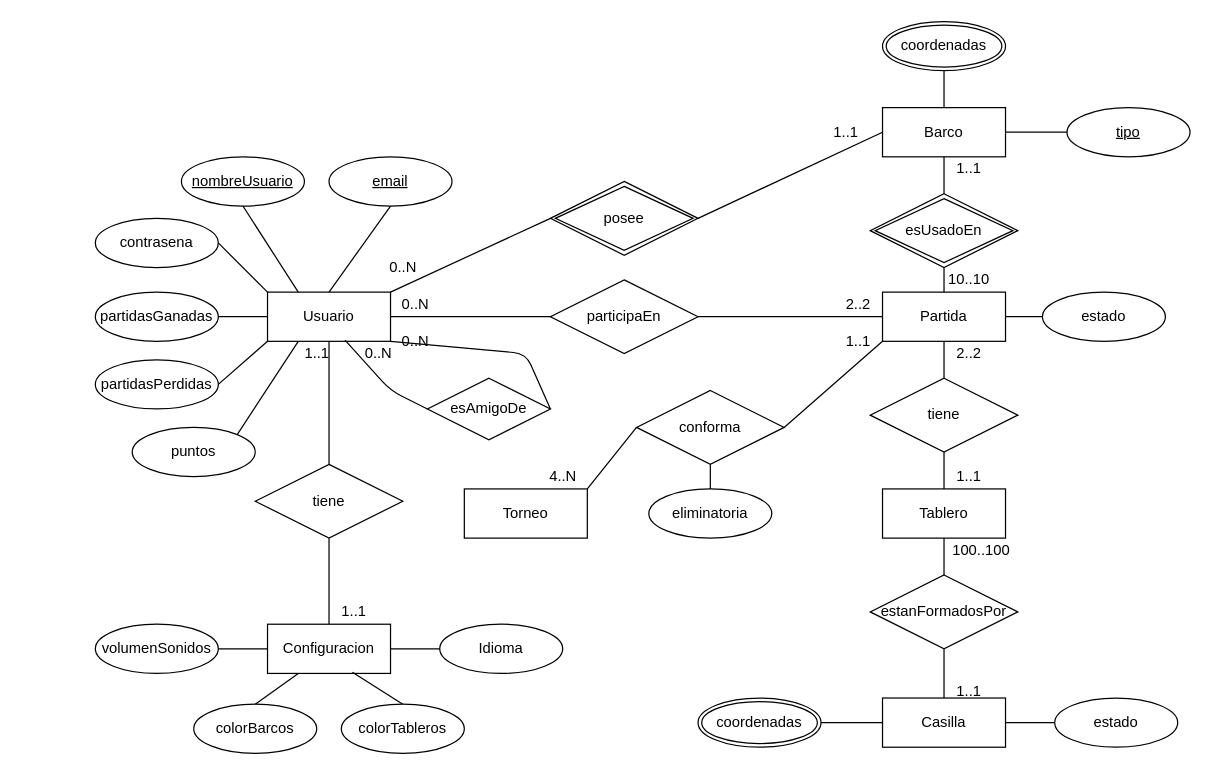
This is er_software.drawio from UNIZAR-30226-2021-09/Documentacion, a draw.io file, before an edit. Source tidied: cells renumbered, new cells numbered last; positions are measured from the earlier drawing's top-left corner, leaving out a move shared by most shapes. Both pictures are drawn from the tidied source at 123%, with x=0, y=0 at pixel (95, 21).
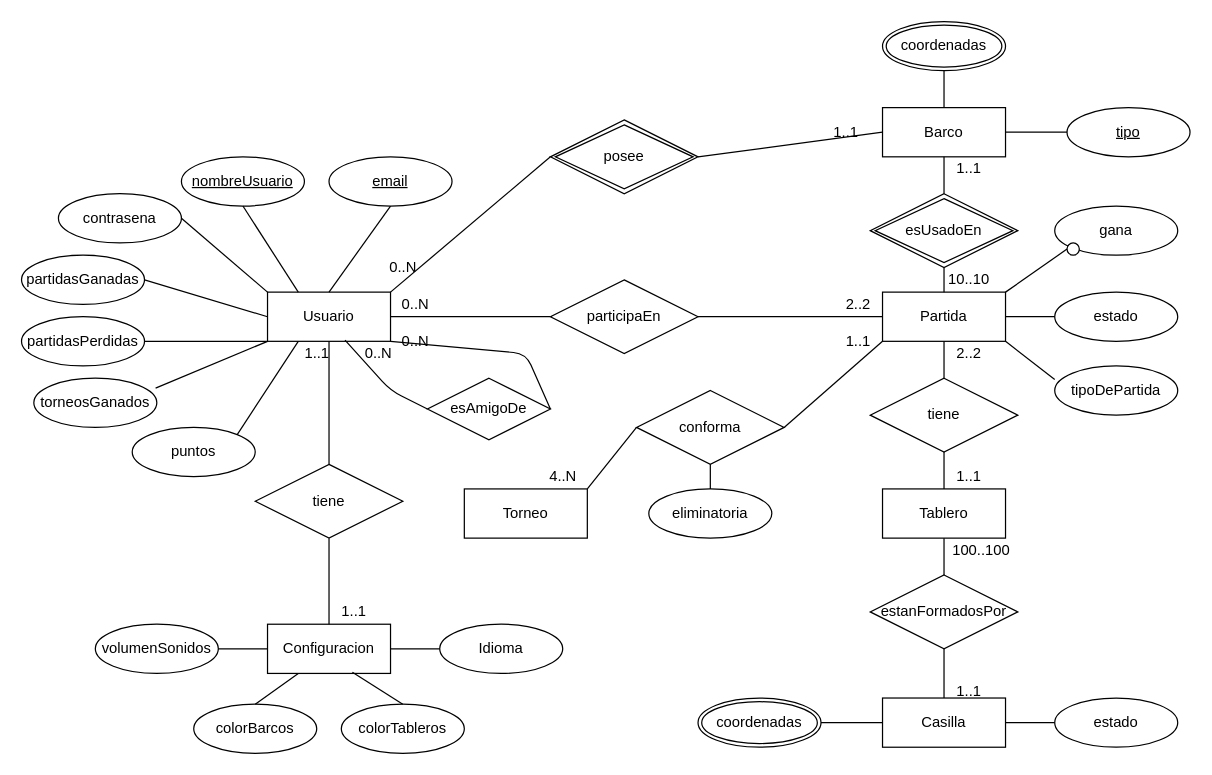
The same diagram, later.

Commit message:
retoques despues de paso a documentos de mongo

Unchanged cells that the change refers to:
```xml
<mxCell id="2" value="Usuario" style="whiteSpace=wrap;html=1;align=center;" parent="1" vertex="1">
  <mxGeometry x="140" y="220" width="100" height="40" as="geometry" />
</mxCell>
<mxCell id="3" value="Partida" style="whiteSpace=wrap;html=1;align=center;" parent="1" vertex="1">
  <mxGeometry x="640" y="220" width="100" height="40" as="geometry" />
</mxCell>
```

Diff of the diagram source:
```diff
@@
     <mxCell id="8" value="contrasena" style="ellipse;whiteSpace=wrap;html=1;align=center;" parent="1" vertex="1">
-      <mxGeometry y="160" width="100" height="40" as="geometry" />
+      <mxGeometry x="-30" y="140" width="100" height="40" as="geometry" />
     </mxCell>
     <mxCell id="9" value="partidasGanadas" style="ellipse;whiteSpace=wrap;html=1;align=center;" parent="1" vertex="1">
-      <mxGeometry y="220" width="100" height="40" as="geometry" />
+      <mxGeometry x="-60" y="190" width="100" height="40" as="geometry" />
     </mxCell>
     <mxCell id="10" value="partidasPerdidas" style="ellipse;whiteSpace=wrap;html=1;align=center;" parent="1" vertex="1">
-      <mxGeometry y="275" width="100" height="40" as="geometry" />
+      <mxGeometry x="-60" y="240" width="100" height="40" as="geometry" />
     </mxCell>
@@
     <mxCell id="19" value="posee" style="shape=rhombus;double=1;perimeter=rhombusPerimeter;whiteSpace=wrap;html=1;align=center;" parent="1" vertex="1">
-      <mxGeometry x="370" y="130" width="120" height="60" as="geometry" />
+      <mxGeometry x="370" y="80" width="120" height="60" as="geometry" />
     </mxCell>
     <mxCell id="20" value="estado" style="ellipse;whiteSpace=wrap;html=1;align=center;" parent="1" vertex="1">
-      <mxGeometry x="770" y="220" width="100" height="40" as="geometry" />
+      <mxGeometry x="780" y="220" width="100" height="40" as="geometry" />
     </mxCell>
@@
+    <mxCell id="81" value="gana" style="ellipse;whiteSpace=wrap;html=1;align=center;" parent="1" vertex="1">
+      <mxGeometry x="780" y="150" width="100" height="40" as="geometry" />
+    </mxCell>
+    <mxCell id="82" style="ellipse;whiteSpace=wrap;html=1;" parent="1" vertex="1">
+      <mxGeometry x="790" y="180" width="10" height="10" as="geometry" />
+    </mxCell>
+    <mxCell id="83" style="endArrow=none;html=1;entryX=0;entryY=0.5;entryDx=0;entryDy=0;exitX=1;exitY=0;exitDx=0;exitDy=0;entryPerimeter=0;" parent="1" edge="1" source="3" target="82">
+      <mxGeometry relative="1" as="geometry" />
+    </mxCell>
+    <mxCell id="84" value="torneosGanados" style="ellipse;whiteSpace=wrap;html=1;align=center;" parent="1" vertex="1">
+      <mxGeometry x="-50" y="290" width="100" height="40" as="geometry" />
+    </mxCell>
+    <mxCell id="85" style="endArrow=none;html=1;exitX=0.99;exitY=0.2;exitDx=0;exitDy=0;entryX=0;entryY=1;entryDx=0;entryDy=0;exitPerimeter=0;" parent="1" edge="1" source="84" target="2">
+      <mxGeometry relative="1" as="geometry" />
+    </mxCell>
+    <mxCell id="86" value="tipoDePartida" style="ellipse;whiteSpace=wrap;html=1;align=center;" parent="1" vertex="1">
+      <mxGeometry x="780" y="280" width="100" height="40" as="geometry" />
+    </mxCell>
+    <mxCell id="87" style="endArrow=none;html=1;exitX=1;exitY=1;exitDx=0;exitDy=0;entryX=0;entryY=0.275;entryDx=0;entryDy=0;entryPerimeter=0;" parent="1" edge="1" source="3" target="86">
+      <mxGeometry relative="1" as="geometry" />
+    </mxCell>
```
